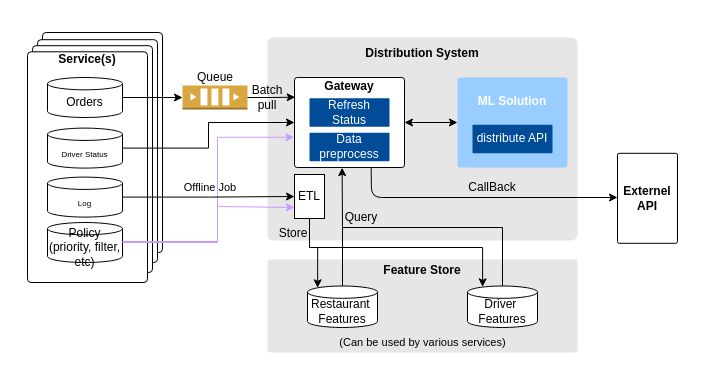
The draw.io diagram page "Page-1" (1 of 2) of Untitled Diagram.drawio in fenwuyaoji/learngit, before the edit. Source tidied: cells renumbered, new cells numbered last; positions are measured from the earlier drawing's top-left corner, leaving out a move shared by most shapes. Both pictures are drawn from the tidied source at 100%, with x=0, y=0 at pixel (17, 17).
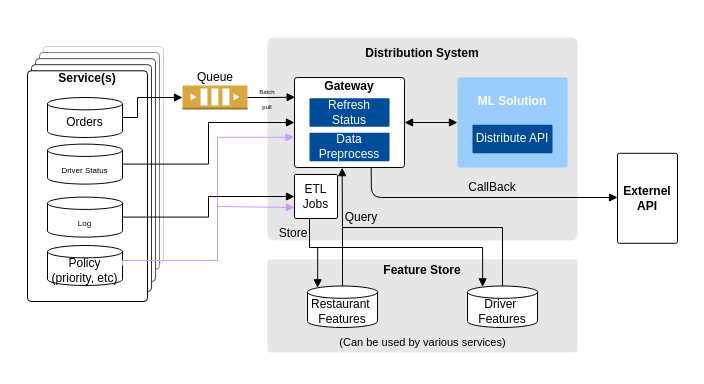
Above is the later version.

The change refers to these unchanged cells:
```xml
<mxCell id="4" style="group;" parent="3" vertex="1">
  <mxGeometry width="314" height="310" as="geometry" />
</mxCell>
<mxCell id="11" style="outlineConnect=0;dashed=0;verticalLabelPosition=bottom;verticalAlign=top;align=center;html=1;shape=mxgraph.aws3.queue;fillColor=#D9A741;gradientColor=none;" parent="4" vertex="1">
  <mxGeometry x="155" y="53" width="65" height="24" as="geometry" />
</mxCell>
<mxCell id="21" value="&lt;b&gt;Gateway&lt;br&gt;&lt;/b&gt;&lt;br&gt;&lt;br&gt;&lt;br&gt;&lt;br&gt;&lt;br&gt;" style="whiteSpace=wrap;html=1;rounded=1;arcSize=3;" parent="1" vertex="1">
  <mxGeometry x="277" y="60" width="110" height="90" as="geometry" />
</mxCell>
<mxCell id="23" value="Driver&amp;nbsp; Features" style="shape=cylinder3;whiteSpace=wrap;html=1;boundedLbl=1;backgroundOutline=1;size=6.166666666666657;" parent="1" vertex="1">
  <mxGeometry x="450" y="268.5" width="70" height="41.5" as="geometry" />
</mxCell>
<mxCell id="25" value="Restaurant&amp;nbsp; Features" style="shape=cylinder3;whiteSpace=wrap;html=1;boundedLbl=1;backgroundOutline=1;size=6.166666666666657;" parent="1" vertex="1">
  <mxGeometry x="290" y="268.5" width="70" height="41.5" as="geometry" />
</mxCell>
<mxCell id="27" value="&lt;font color=&quot;#ffffff&quot;&gt;&lt;b&gt;ML Solution&lt;/b&gt;&lt;br&gt;&lt;br&gt;&lt;br&gt;&lt;br&gt;&lt;/font&gt;" style="rounded=1;whiteSpace=wrap;html=1;arcSize=3;fillColor=#99CCFF;strokeColor=none;" parent="1" vertex="1">
  <mxGeometry x="440" y="60" width="110" height="90" as="geometry" />
</mxCell>
```

Change to the diagram source:
```diff
@@
+    <mxCell id="44" style="rounded=1;whiteSpace=wrap;html=1;arcSize=3;strokeColor=#CCCCCC;" parent="4" vertex="1">
+      <mxGeometry x="16" y="14" width="120" height="216.7" as="geometry" />
+    </mxCell>
-    <mxCell id="5" style="rounded=1;whiteSpace=wrap;html=1;arcSize=3;" parent="4" vertex="1">
-      <mxGeometry x="15" width="120" height="220" as="geometry" />
+    <mxCell id="5" style="rounded=1;whiteSpace=wrap;html=1;arcSize=3;strokeColor=#808080;" parent="4" vertex="1">
+      <mxGeometry x="12" y="20" width="120" height="216.7" as="geometry" />
     </mxCell>
-    <mxCell id="6" style="rounded=1;whiteSpace=wrap;html=1;arcSize=3;" parent="4" vertex="1">
-      <mxGeometry x="10" y="7.2" width="120" height="222.8" as="geometry" />
+    <mxCell id="6" style="rounded=1;whiteSpace=wrap;html=1;arcSize=3;strokeColor=#4D4D4D;" parent="4" vertex="1">
+      <mxGeometry x="8" y="26.2" width="120" height="222.8" as="geometry" />
     </mxCell>
-    <mxCell id="7" style="rounded=1;whiteSpace=wrap;html=1;arcSize=3;" parent="4" vertex="1">
-      <mxGeometry x="5" y="13.2" width="120" height="226.8" as="geometry" />
+    <mxCell id="7" style="rounded=1;whiteSpace=wrap;html=1;arcSize=3;strokeColor=#333333;" parent="4" vertex="1">
+      <mxGeometry x="4" y="32.2" width="120" height="226.8" as="geometry" />
     </mxCell>
     <mxCell id="8" value="&lt;b&gt;Service(s)&lt;br&gt;&lt;br&gt;&lt;br&gt;&lt;br&gt;&lt;br&gt;&lt;br&gt;&lt;br&gt;&lt;br&gt;&lt;br&gt;&lt;br&gt;&lt;br&gt;&lt;br&gt;&lt;br&gt;&lt;br&gt;&lt;br&gt;&lt;br&gt;&lt;/b&gt;" style="rounded=1;whiteSpace=wrap;html=1;arcSize=3;" parent="4" vertex="1">
-      <mxGeometry y="19.3" width="120" height="230.7" as="geometry" />
+      <mxGeometry y="38.3" width="120" height="230.7" as="geometry" />
     </mxCell>
-    <mxCell id="9" value="Policy&lt;br&gt;(priority, filter, etc)" style="shape=cylinder3;whiteSpace=wrap;html=1;boundedLbl=1;backgroundOutline=1;size=6.166666666666657;" parent="4" vertex="1">
-      <mxGeometry x="20" y="190" width="75" height="40" as="geometry" />
+    <mxCell id="9" value="Policy&lt;br&gt;(priority, etc)" style="shape=cylinder3;whiteSpace=wrap;html=1;boundedLbl=1;backgroundOutline=1;size=6.166666666666657;" parent="4" vertex="1">
+      <mxGeometry x="20" y="213" width="75" height="40" as="geometry" />
     </mxCell>
     <mxCell id="10" value="&lt;font style=&quot;font-size: 8px&quot;&gt;Driver Status&lt;/font&gt;" style="shape=cylinder3;whiteSpace=wrap;html=1;boundedLbl=1;backgroundOutline=1;size=6.166666666666657;" parent="4" vertex="1">
-      <mxGeometry x="20" y="95.6" width="75" height="40" as="geometry" />
+      <mxGeometry x="20" y="111.6" width="75" height="40" as="geometry" />
     </mxCell>
@@
-    <mxCell id="12" value="&lt;span style=&quot;font-family: &amp;#34;helvetica&amp;#34; ; font-size: 11px ; background-color: rgb(255 , 255 , 255)&quot;&gt;Offline Job&lt;/span&gt;" style="text;html=1;strokeColor=none;fillColor=none;align=center;verticalAlign=middle;whiteSpace=wrap;rounded=0;" parent="4" vertex="1">
-      <mxGeometry x="153" y="144.6" width="60" height="20" as="geometry" />
-    </mxCell>
@@
     <mxCell id="14" value="&lt;font style=&quot;font-size: 8px&quot;&gt;Log&lt;/font&gt;" style="shape=cylinder3;whiteSpace=wrap;html=1;boundedLbl=1;backgroundOutline=1;size=6.166666666666657;" parent="4" vertex="1">
-      <mxGeometry x="20" y="144.6" width="75" height="40" as="geometry" />
+      <mxGeometry x="20" y="164.6" width="75" height="40" as="geometry" />
     </mxCell>
     <mxCell id="15" value="Orders" style="shape=cylinder3;whiteSpace=wrap;html=1;boundedLbl=1;backgroundOutline=1;size=6.166666666666657;" parent="4" vertex="1">
-      <mxGeometry x="20" y="45" width="75" height="40" as="geometry" />
+      <mxGeometry x="20" y="65" width="75" height="40" as="geometry" />
     </mxCell>
-    <mxCell id="16" style="edgeStyle=orthogonalEdgeStyle;rounded=0;jettySize=auto;html=1;entryX=0;entryY=0.5;entryDx=0;entryDy=0;entryPerimeter=0;" parent="4" edge="1" source="15" target="11">
-      <mxGeometry relative="1" as="geometry" />
+    <mxCell id="16" style="edgeStyle=orthogonalEdgeStyle;rounded=0;jettySize=auto;html=1;entryX=0;entryY=0.5;entryDx=0;entryDy=0;entryPerimeter=0;endArrow=block;endFill=1;" parent="4" edge="1" source="15" target="11">
+      <mxGeometry relative="1" as="geometry">
+        <Array as="points">
+          <mxPoint x="110" y="85" />
+          <mxPoint x="110" y="65" />
+        </Array>
+      </mxGeometry>
     </mxCell>
@@
-    <mxCell id="19" style="edgeStyle=orthogonalEdgeStyle;rounded=0;jettySize=auto;html=1;exitX=1;exitY=0.5;exitDx=0;exitDy=0;exitPerimeter=0;strokeColor=#CC99FF;entryX=-0.004;entryY=0.664;entryDx=0;entryDy=0;entryPerimeter=0;" parent="1" edge="1" source="9" target="21">
+    <mxCell id="19" style="edgeStyle=orthogonalEdgeStyle;rounded=0;jettySize=auto;html=1;exitX=1;exitY=0.5;exitDx=0;exitDy=0;exitPerimeter=0;strokeColor=#CC99FF;entryX=-0.004;entryY=0.664;entryDx=0;entryDy=0;entryPerimeter=0;endArrow=block;endFill=1;" parent="1" edge="1" source="9" target="21">
       <mxGeometry relative="1" as="geometry">
         <Array as="points">
-          <mxPoint x="200" y="225" />
+          <mxPoint x="200" y="243" />
           <mxPoint x="200" y="120" />
         </Array>
       </mxGeometry>
     </mxCell>
-    <mxCell id="20" style="edgeStyle=orthogonalEdgeStyle;rounded=0;jettySize=auto;html=1;" parent="1" edge="1" source="10" target="21">
+    <mxCell id="20" style="edgeStyle=orthogonalEdgeStyle;rounded=0;jettySize=auto;html=1;endArrow=block;endFill=1;" parent="1" edge="1" source="10" target="21">
       <mxGeometry relative="1" as="geometry" />
     </mxCell>
@@
-    <mxCell id="24" style="edgeStyle=orthogonalEdgeStyle;rounded=0;jettySize=auto;html=1;strokeColor=#000000;entryX=0.433;entryY=1.002;entryDx=0;entryDy=0;entryPerimeter=0;" parent="1" edge="1" source="25" target="21">
+    <mxCell id="24" style="edgeStyle=orthogonalEdgeStyle;rounded=0;jettySize=auto;html=1;strokeColor=#000000;entryX=0.433;entryY=1.002;entryDx=0;entryDy=0;entryPerimeter=0;endArrow=block;endFill=1;" parent="1" edge="1" source="25" target="21">
       <mxGeometry relative="1" as="geometry" />
     </mxCell>
@@
-    <mxCell id="26" style="edgeStyle=orthogonalEdgeStyle;rounded=0;jettySize=auto;html=1;entryX=0;entryY=0.5;entryDx=0;entryDy=0;exitX=1;exitY=0.5;exitDx=0;exitDy=0;startArrow=classic;startFill=1;" parent="1" edge="1" source="21" target="27">
+    <mxCell id="26" style="edgeStyle=orthogonalEdgeStyle;rounded=0;jettySize=auto;html=1;entryX=0;entryY=0.5;entryDx=0;entryDy=0;exitX=1;exitY=0.5;exitDx=0;exitDy=0;startArrow=block;startFill=1;endArrow=block;endFill=1;" parent="1" edge="1" source="21" target="27">
       <mxGeometry relative="1" as="geometry" />
     </mxCell>
@@
-    <mxCell id="28" style="edgeStyle=orthogonalEdgeStyle;rounded=0;jettySize=auto;html=1;entryX=0;entryY=0.75;entryDx=0;entryDy=0;strokeColor=#CC99FF;" parent="1" edge="1" source="9" target="31">
+    <mxCell id="28" style="edgeStyle=orthogonalEdgeStyle;rounded=0;jettySize=auto;html=1;entryX=0;entryY=0.75;entryDx=0;entryDy=0;strokeColor=#CC99FF;endArrow=block;endFill=1;" parent="1" edge="1" source="9" target="31">
       <mxGeometry relative="1" as="geometry">
         <Array as="points">
-          <mxPoint x="200" y="224" />
+          <mxPoint x="200" y="243" />
           <mxPoint x="200" y="189" />
+          <mxPoint x="277" y="189" />
         </Array>
       </mxGeometry>
     </mxCell>
-    <mxCell id="29" style="edgeStyle=orthogonalEdgeStyle;rounded=0;jettySize=auto;html=1;entryX=0.145;entryY=0;entryDx=0;entryDy=1.7883333333333304;entryPerimeter=0;endArrow=classic;endFill=1;strokeColor=#000000;" parent="1" edge="1" source="31" target="25">
+    <mxCell id="29" style="edgeStyle=orthogonalEdgeStyle;rounded=0;jettySize=auto;html=1;entryX=0.145;entryY=0;entryDx=0;entryDy=1.7883333333333304;entryPerimeter=0;endArrow=block;endFill=1;strokeColor=#000000;" parent="1" edge="1" source="31" target="25">
       <mxGeometry relative="1" as="geometry">
         <Array as="points">
           <mxPoint x="292" y="230" />
           <mxPoint x="300" y="230" />
         </Array>
       </mxGeometry>
     </mxCell>
-    <mxCell id="30" style="edgeStyle=orthogonalEdgeStyle;rounded=0;jettySize=auto;html=1;entryX=0.216;entryY=0.02;entryDx=0;entryDy=0;entryPerimeter=0;endArrow=classic;endFill=1;strokeColor=#000000;" parent="1" edge="1" source="31" target="23">
+    <mxCell id="30" style="edgeStyle=orthogonalEdgeStyle;rounded=0;jettySize=auto;html=1;entryX=0.216;entryY=0.02;entryDx=0;entryDy=0;entryPerimeter=0;endArrow=block;endFill=1;strokeColor=#000000;" parent="1" edge="1" source="31" target="23">
       <mxGeometry relative="1" as="geometry">
         <Array as="points">
           <mxPoint x="292" y="230" />
           <mxPoint x="465" y="230" />
         </Array>
       </mxGeometry>
     </mxCell>
-    <mxCell id="31" value="ETL" style="whiteSpace=wrap;html=1;" parent="1" vertex="1">
-      <mxGeometry x="277" y="157" width="30" height="44" as="geometry" />
+    <mxCell id="31" value="ETL&lt;br&gt;Jobs" style="whiteSpace=wrap;html=1;rounded=1;arcSize=3;" parent="1" vertex="1">
+      <mxGeometry x="277" y="157" width="43" height="44" as="geometry" />
     </mxCell>
-    <mxCell id="32" style="edgeStyle=orthogonalEdgeStyle;rounded=0;jettySize=auto;html=1;entryX=0;entryY=0.5;entryDx=0;entryDy=0;" parent="1" edge="1" source="14" target="31">
+    <mxCell id="32" style="edgeStyle=orthogonalEdgeStyle;rounded=0;jettySize=auto;html=1;entryX=0;entryY=0.5;entryDx=0;entryDy=0;endArrow=block;endFill=1;" parent="1" edge="1" source="14" target="31">
       <mxGeometry relative="1" as="geometry" />
     </mxCell>
-    <mxCell id="33" value="&lt;span style=&quot;color: rgb(255 , 255 , 255) ; font-family: &amp;#34;helvetica&amp;#34;&quot;&gt;distribute API&lt;/span&gt;&lt;font color=&quot;#ffffff&quot;&gt;&lt;br&gt;&lt;/font&gt;" style="rounded=1;whiteSpace=wrap;html=1;arcSize=3;fillColor=#004C99;strokeColor=none;" parent="1" vertex="1">
+    <mxCell id="33" value="&lt;span style=&quot;color: rgb(255 , 255 , 255) ; font-family: &amp;#34;helvetica&amp;#34;&quot;&gt;Distribute API&lt;/span&gt;&lt;font color=&quot;#ffffff&quot;&gt;&lt;br&gt;&lt;/font&gt;" style="rounded=1;whiteSpace=wrap;html=1;arcSize=3;fillColor=#004C99;strokeColor=none;" parent="1" vertex="1">
       <mxGeometry x="455" y="107.2" width="80" height="28.5" as="geometry" />
     </mxCell>
@@
-    <mxCell id="35" style="edgeStyle=orthogonalEdgeStyle;rounded=0;jettySize=auto;html=1;endArrow=classic;endFill=1;strokeColor=#000000;entryX=0.006;entryY=0.219;entryDx=0;entryDy=0;entryPerimeter=0;" parent="1" edge="1" source="11" target="21">
+    <mxCell id="35" style="edgeStyle=orthogonalEdgeStyle;rounded=0;jettySize=auto;html=1;endArrow=block;endFill=1;strokeColor=#000000;entryX=0.006;entryY=0.219;entryDx=0;entryDy=0;entryPerimeter=0;" parent="1" edge="1" source="11" target="21">
       <mxGeometry relative="1" as="geometry" />
     </mxCell>
@@
-    <mxCell id="37" value="&lt;span style=&quot;color: rgb(255 , 255 , 255) ; font-family: &amp;#34;helvetica&amp;#34;&quot;&gt;Data preprocess&lt;/span&gt;&lt;font face=&quot;helvetica&quot; color=&quot;#ffffff&quot;&gt;&lt;br&gt;&lt;/font&gt;" style="rounded=1;whiteSpace=wrap;html=1;arcSize=3;fillColor=#004C99;strokeColor=none;" parent="1" vertex="1">
+    <mxCell id="37" value="&lt;span style=&quot;color: rgb(255 , 255 , 255) ; font-family: &amp;#34;helvetica&amp;#34;&quot;&gt;Data Preprocess&lt;/span&gt;&lt;font face=&quot;helvetica&quot; color=&quot;#ffffff&quot;&gt;&lt;br&gt;&lt;/font&gt;" style="rounded=1;whiteSpace=wrap;html=1;arcSize=3;fillColor=#004C99;strokeColor=none;" parent="1" vertex="1">
       <mxGeometry x="292" y="115.2" width="80" height="28.5" as="geometry" />
     </mxCell>
-    <mxCell id="38" value="Batch&lt;br&gt;pull" style="text;html=1;strokeColor=none;fillColor=none;align=center;verticalAlign=middle;whiteSpace=wrap;rounded=0;" parent="1" vertex="1">
+    <mxCell id="38" value="&lt;p&gt;&lt;font style=&quot;font-size: 6px&quot;&gt;&lt;font&gt;Batch&lt;br&gt;&lt;/font&gt;&lt;font&gt;pull&lt;/font&gt;&lt;/font&gt;&lt;/p&gt;" style="text;html=1;strokeColor=none;fillColor=none;align=center;verticalAlign=middle;whiteSpace=wrap;rounded=0;" parent="1" vertex="1">
       <mxGeometry x="230" y="70" width="40" height="20" as="geometry" />
     </mxCell>
-    <mxCell id="39" style="endArrow=classic;html=1;strokeColor=#000000;exitX=0.697;exitY=1.002;exitDx=0;exitDy=0;exitPerimeter=0;" parent="1" edge="1" source="21">
+    <mxCell id="39" style="endArrow=block;html=1;strokeColor=#000000;exitX=0.697;exitY=1.002;exitDx=0;exitDy=0;exitPerimeter=0;endFill=1;" parent="1" edge="1" source="21">
       <mxGeometry relative="1" as="geometry">
         <mxPoint x="600" y="180" as="targetPoint" />
         <Array as="points">
           <mxPoint x="354" y="180" />
         </Array>
       </mxGeometry>
     </mxCell>
```
